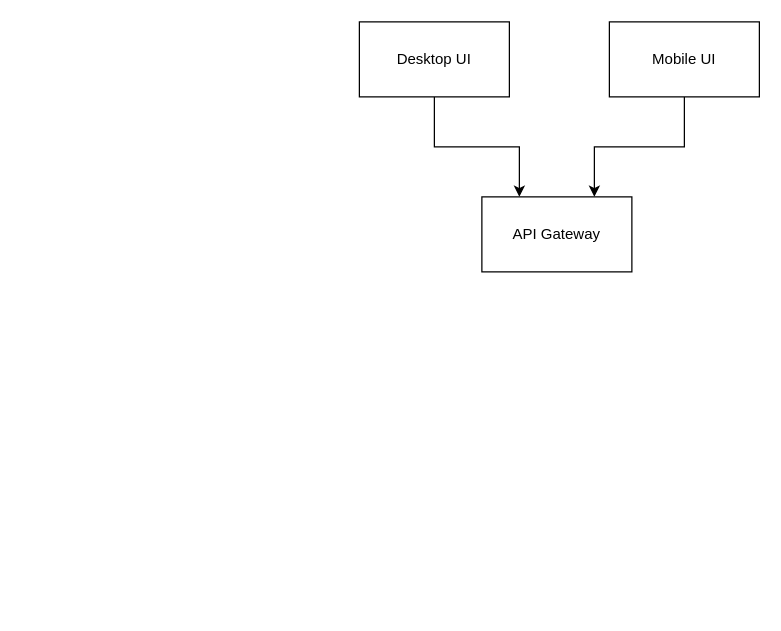
Earlier version of the draw.io diagram Untitled Diagram.drawio (stooth/powerx). Source tidied: cells renumbered, new cells numbered last; positions are measured from the earlier drawing's top-left corner, leaving out a move shared by most shapes. Both pictures are drawn from the tidied source at 125%, with x=0, y=0 at pixel (359, 21).
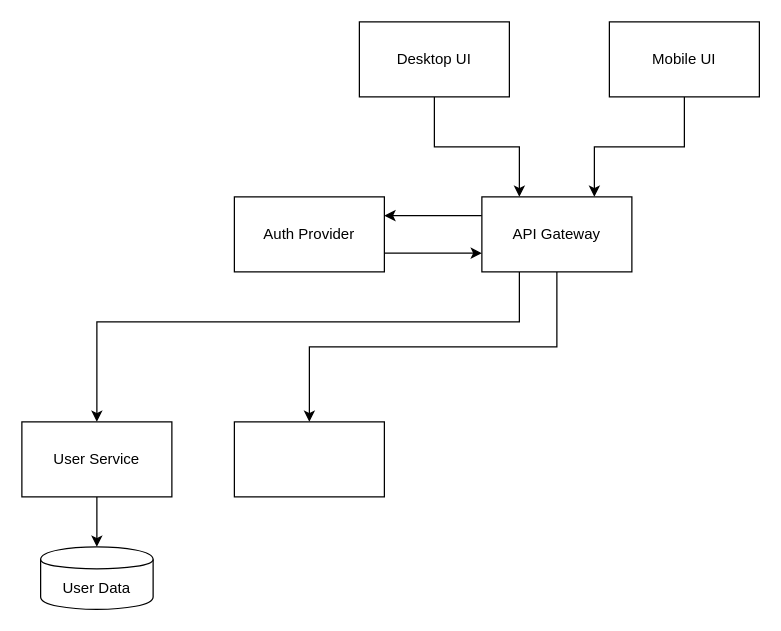
The same diagram, later.

What changed in the source:
```diff
@@
 <mxGraphModel>
   <root>
     <mxCell id="0" />
     <mxCell id="1" parent="0" />
     <mxCell id="2" style="edgeStyle=orthogonalEdgeStyle;rounded=0;jettySize=auto;html=1;entryX=0.25;entryY=0;entryDx=0;entryDy=0;" parent="1" edge="1" source="3" target="6">
       <mxGeometry relative="1" as="geometry" />
     </mxCell>
     <mxCell id="3" value="Desktop UI" style="rounded=0;whiteSpace=wrap;html=1;" parent="1" vertex="1">
       <mxGeometry width="120" height="60" as="geometry" />
     </mxCell>
     <mxCell id="4" style="edgeStyle=orthogonalEdgeStyle;rounded=0;jettySize=auto;html=1;entryX=0.75;entryY=0;entryDx=0;entryDy=0;" parent="1" edge="1" source="5" target="6">
       <mxGeometry relative="1" as="geometry" />
     </mxCell>
     <mxCell id="5" value="Mobile UI" style="whiteSpace=wrap;html=1;rounded=0;" parent="1" vertex="1">
       <mxGeometry x="200" width="120" height="60" as="geometry" />
     </mxCell>
+    <mxCell id="7" style="edgeStyle=orthogonalEdgeStyle;rounded=0;jettySize=auto;html=1;entryX=1;entryY=0.25;entryDx=0;entryDy=0;exitX=0;exitY=0.25;exitDx=0;exitDy=0;" parent="1" edge="1" source="6" target="10">
+      <mxGeometry relative="1" as="geometry" />
+    </mxCell>
+    <mxCell id="8" style="edgeStyle=orthogonalEdgeStyle;rounded=0;jettySize=auto;html=1;exitX=0.25;exitY=1;exitDx=0;exitDy=0;" parent="1" edge="1" source="6" target="13">
+      <mxGeometry relative="1" as="geometry">
+        <Array as="points">
+          <mxPoint x="128" y="240" />
+          <mxPoint x="-210" y="240" />
+        </Array>
+      </mxGeometry>
+    </mxCell>
+    <mxCell id="9" style="edgeStyle=orthogonalEdgeStyle;rounded=0;jettySize=auto;html=1;exitX=0.5;exitY=1;exitDx=0;exitDy=0;" parent="1" edge="1" source="6" target="15">
+      <mxGeometry relative="1" as="geometry">
+        <Array as="points">
+          <mxPoint x="158" y="260" />
+          <mxPoint x="-40" y="260" />
+        </Array>
+      </mxGeometry>
+    </mxCell>
     <mxCell id="6" value="API Gateway" style="whiteSpace=wrap;html=1;rounded=0;" parent="1" vertex="1">
       <mxGeometry x="98" y="140" width="120" height="60" as="geometry" />
     </mxCell>
+    <mxCell id="10" value="Auth Provider" style="whiteSpace=wrap;html=1;rounded=0;" parent="1" vertex="1">
+      <mxGeometry x="-100" y="140" width="120" height="60" as="geometry" />
+    </mxCell>
+    <mxCell id="11" style="endArrow=classic;html=1;exitX=1;exitY=0.75;exitDx=0;exitDy=0;entryX=0;entryY=0.75;entryDx=0;entryDy=0;" parent="1" edge="1" source="10" target="6">
+      <mxGeometry relative="1" as="geometry" />
+    </mxCell>
+    <mxCell id="12" style="edgeStyle=orthogonalEdgeStyle;rounded=0;jettySize=auto;html=1;" parent="1" edge="1" source="13" target="14">
+      <mxGeometry relative="1" as="geometry" />
+    </mxCell>
+    <mxCell id="13" value="User Service" style="whiteSpace=wrap;html=1;rounded=0;" parent="1" vertex="1">
+      <mxGeometry x="-270" y="320" width="120" height="60" as="geometry" />
+    </mxCell>
+    <mxCell id="14" value="User Data" style="shape=cylinder;whiteSpace=wrap;html=1;boundedLbl=1;backgroundOutline=1;rounded=0;" parent="1" vertex="1">
+      <mxGeometry x="-255" y="420" width="90" height="50" as="geometry" />
+    </mxCell>
+    <mxCell id="15" style="whiteSpace=wrap;html=1;rounded=0;" parent="1" vertex="1">
+      <mxGeometry x="-100" y="320" width="120" height="60" as="geometry" />
+    </mxCell>
   </root>
 </mxGraphModel>
```
